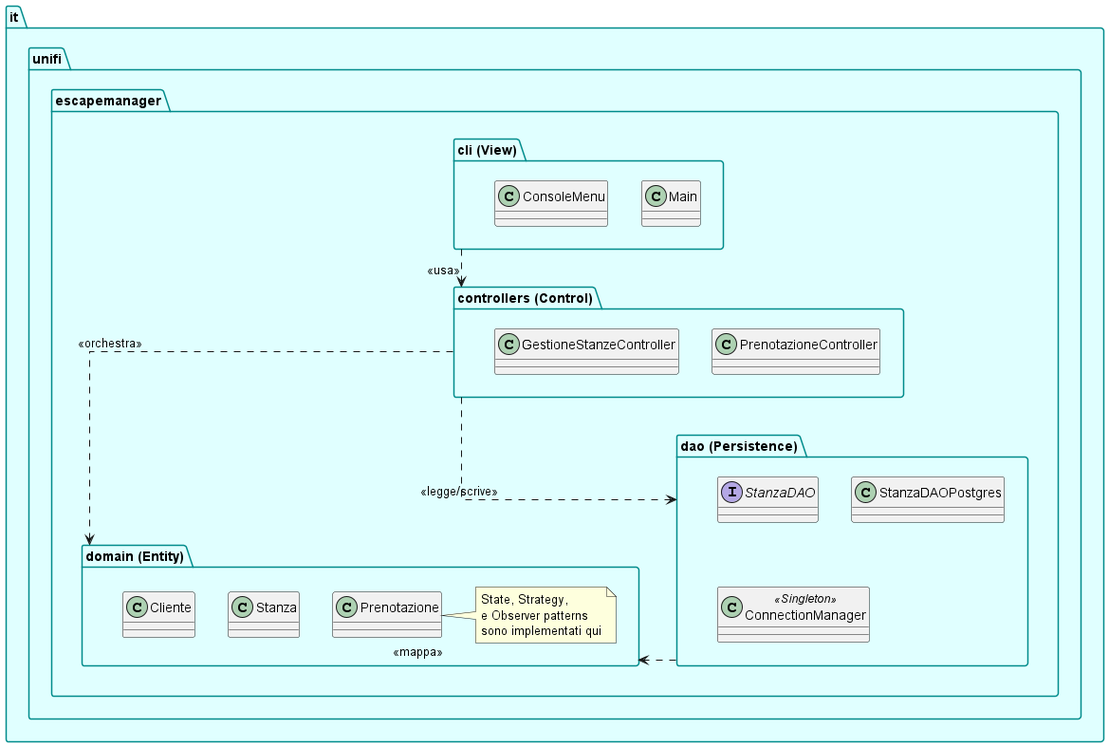
Above: LaTeX/images/package_diagram.png in Adrycasta04/EscapeManager (PlantUML), before the change. The source it was exported from:
```plantuml
@startuml package_diagram
skinparam linetype ortho
skinparam packageBackgroundColor LightCyan
skinparam packageBorderColor DarkCyan

package "it.unifi.escapemanager" {

    package "cli (View)" as view {
        class Main
        class ConsoleMenu
    }

    package "controllers (Control)" as controllers {
        class PrenotazioneController
        class GestioneStanzeController
    }

    package "domain (Entity)" as domain {
        class Stanza
        class Cliente
        class Prenotazione
        note right: State, Strategy,\ne Observer patterns\nsono implementati qui
    }

    package "dao (Persistence)" as dao {
        interface StanzaDAO
        class StanzaDAOPostgres
        class ConnectionManager <<Singleton>>
    }
}

view ..> controllers : <<usa>>
controllers ..> domain : <<orchestra>>
controllers ..> dao : <<legge/scrive>>
dao ..> domain : <<mappa>>

@enduml
```
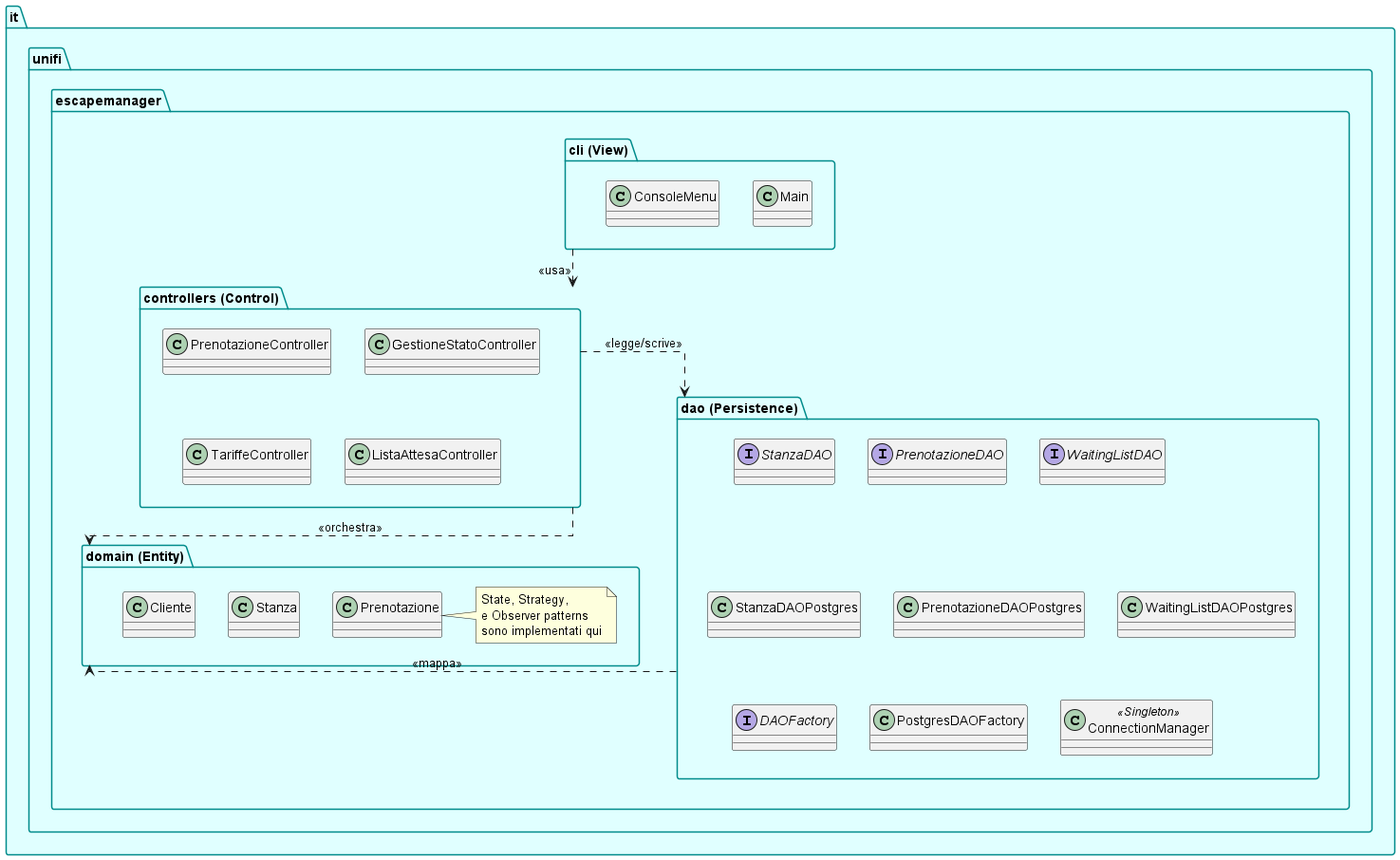
After the change.

Diff of the diagram source:
```diff
@@ -12,7 +12,9 @@
 
     package "controllers (Control)" as controllers {
         class PrenotazioneController
-        class GestioneStanzeController
+        class GestioneStatoController
+        class TariffeController
+        class ListaAttesaController
     }
 
     package "domain (Entity)" as domain {
@@ -24,7 +26,13 @@
 
     package "dao (Persistence)" as dao {
         interface StanzaDAO
+        interface PrenotazioneDAO
+        interface WaitingListDAO
         class StanzaDAOPostgres
+        class PrenotazioneDAOPostgres
+        class WaitingListDAOPostgres
+        interface DAOFactory
+        class PostgresDAOFactory
         class ConnectionManager <<Singleton>>
     }
 }
```
